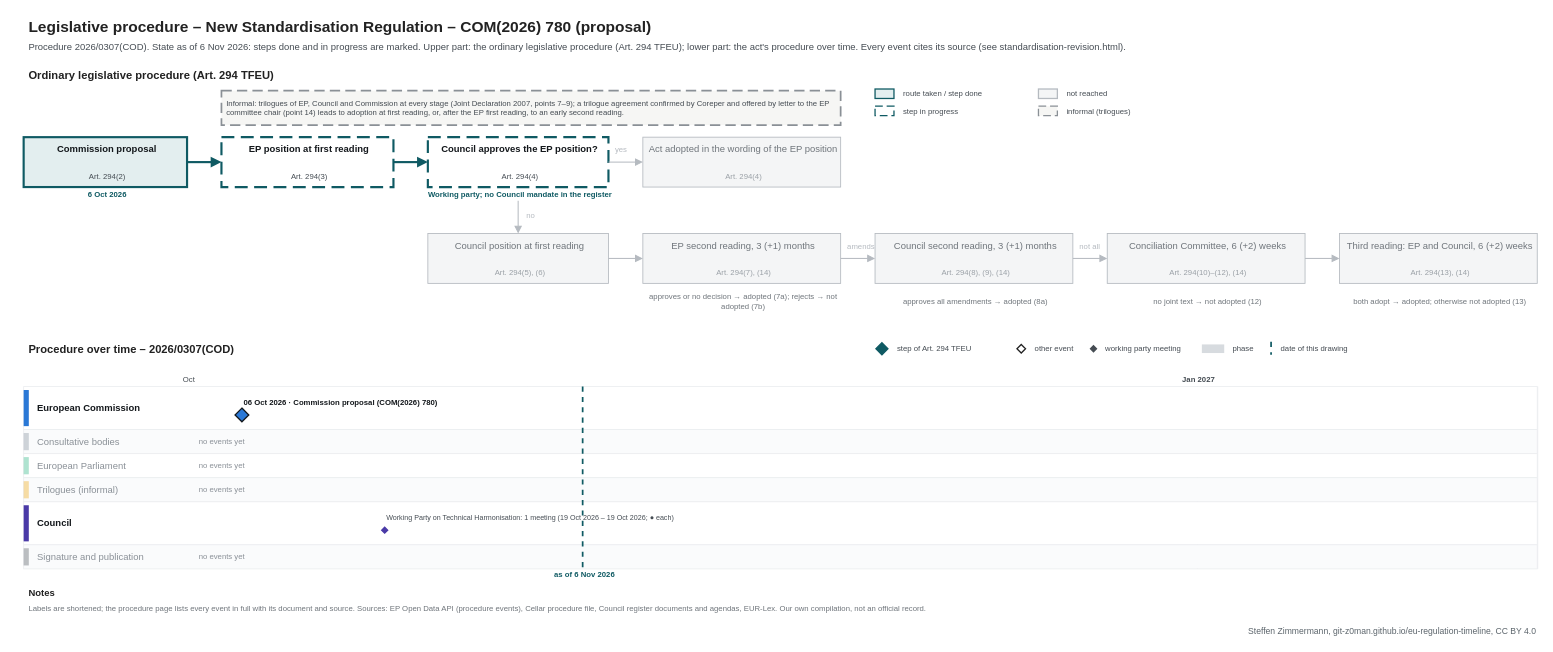
Above: procedures/standardisation-revision.drawio in git-z0man/eu-regulation-timeline (draw.io), before the change. Source tidied: cells renumbered, new cells numbered last; positions are measured from the earlier drawing's top-left corner, leaving out a move shared by most shapes. Both pictures are drawn from the tidied source at 86%, with x=0, y=0 at pixel (15, 15).
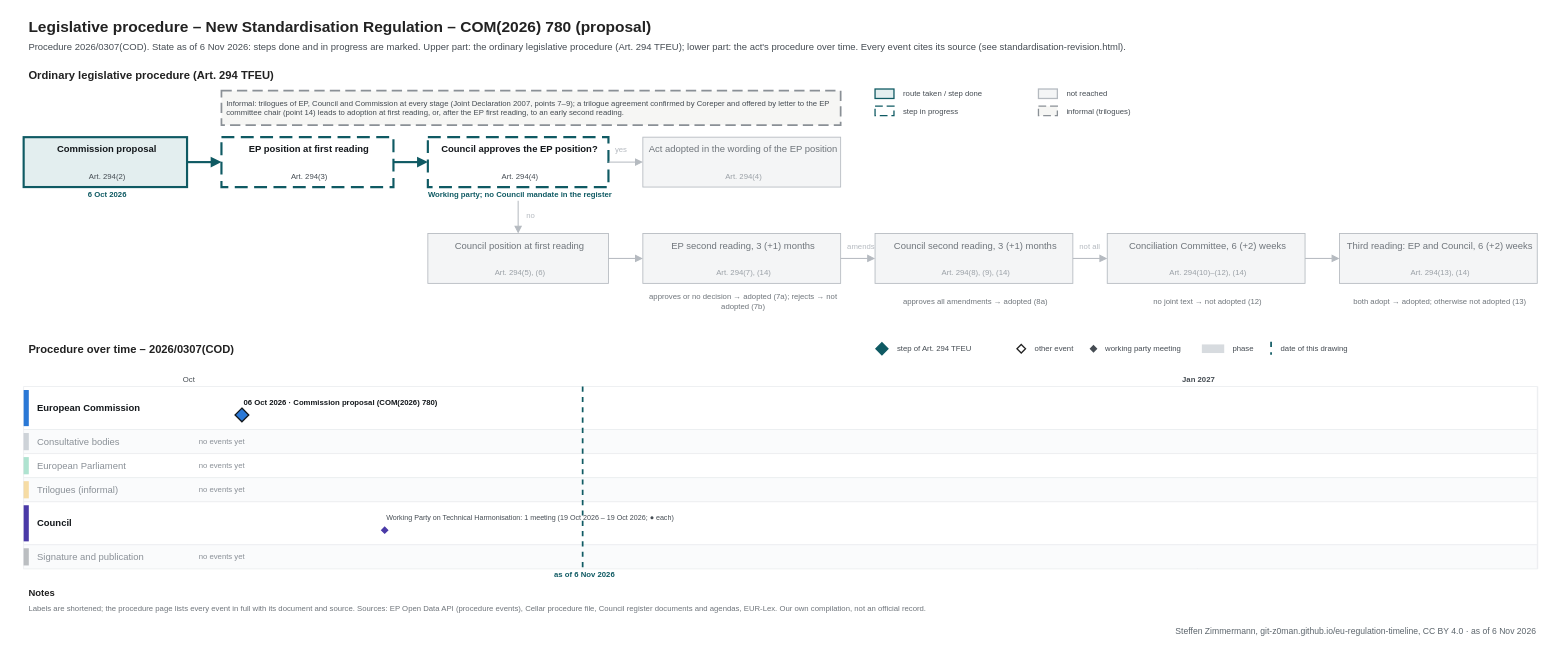
The same page after the edit.

What changed in the source:
```diff
@@
-    <mxCell id="108" value="Steffen Zimmermann, git-z0man.github.io/eu-regulation-timeline, CC BY 4.0" style="text;html=1;fontSize=10;fontColor=#5b646b;align=right;verticalAlign=middle;spacingLeft=4;" parent="1" vertex="1">
+    <mxCell id="108" value="Steffen Zimmermann, git-z0man.github.io/eu-regulation-timeline, CC BY 4.0 · as of 6 Nov 2026" style="text;html=1;fontSize=10;fontColor=#5b646b;align=right;verticalAlign=middle;spacingLeft=4;" parent="1" vertex="1">
       <mxGeometry x="10" y="708" width="1760" height="16" as="geometry" />
     </mxCell>
```
